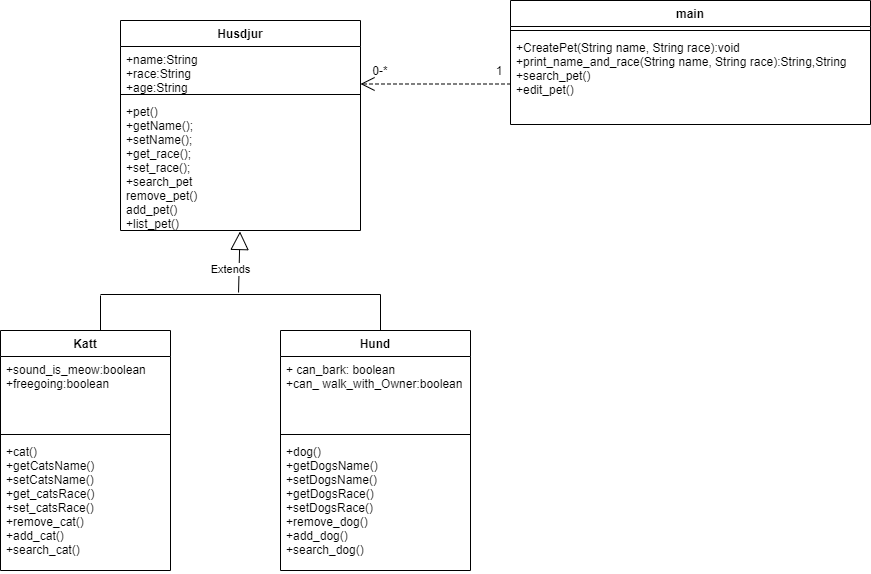
GodwinOziegbe/school-projects keeps this draw.io diagram as uppgift2_1/uppgift2_1.png. Above is the earlier version. Source tidied: cells renumbered, new cells last; positions are measured from the earlier drawing's top-left corner, leaving out a move shared by most shapes.
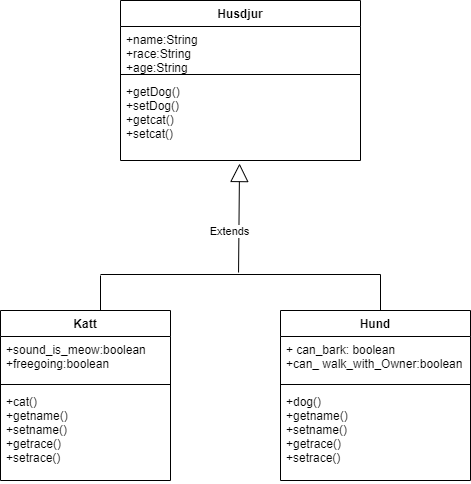
After the change.

Change to the diagram source:
```diff
@@ -3,31 +3,31 @@
     <mxCell id="0" />
     <mxCell id="1" parent="0" />
     <mxCell id="2" value="Katt" style="swimlane;fontStyle=1;align=center;verticalAlign=top;horizontal=1;startSize=26;" parent="1" vertex="1">
-      <mxGeometry y="330" width="170" height="240" as="geometry" />
+      <mxGeometry y="330" width="170" height="170" as="geometry" />
     </mxCell>
     <mxCell id="3" value="+sound_is_meow:boolean&#10;+freegoing:boolean" style="text;strokeColor=none;fillColor=none;align=left;verticalAlign=top;spacingLeft=4;spacingRight=4;overflow=hidden;" parent="2" vertex="1">
-      <mxGeometry y="26" width="170" height="74" as="geometry" />
+      <mxGeometry y="26" width="170" height="44" as="geometry" />
     </mxCell>
     <mxCell id="4" style="line;strokeWidth=1;fillColor=none;align=left;verticalAlign=middle;spacingTop=-1;spacingLeft=3;spacingRight=3;labelPosition=right;" parent="2" vertex="1">
-      <mxGeometry y="100" width="170" height="8" as="geometry" />
+      <mxGeometry y="70" width="170" height="8" as="geometry" />
     </mxCell>
-    <mxCell id="5" value="+cat()&#10;+getCatsName()&#10;+setCatsName()&#10;+get_catsRace()&#10;+set_catsRace()&#10;+remove_cat()&#10;+add_cat()&#10;+search_cat()" style="text;strokeColor=none;fillColor=none;align=left;verticalAlign=top;spacingLeft=4;spacingRight=4;overflow=hidden;" parent="2" vertex="1">
-      <mxGeometry y="108" width="170" height="132" as="geometry" />
+    <mxCell id="5" value="+cat()&#10;+getname()&#10;+setname()&#10;+getrace()&#10;+setrace()&#10;" style="text;strokeColor=none;fillColor=none;align=left;verticalAlign=top;spacingLeft=4;spacingRight=4;overflow=hidden;" parent="2" vertex="1">
+      <mxGeometry y="78" width="170" height="92" as="geometry" />
     </mxCell>
     <mxCell id="6" value="Hund" style="swimlane;fontStyle=1;align=center;verticalAlign=top;horizontal=1;startSize=26;" parent="1" vertex="1">
-      <mxGeometry x="280" y="330" width="190" height="240" as="geometry" />
+      <mxGeometry x="280" y="330" width="190" height="170" as="geometry" />
     </mxCell>
     <mxCell id="7" value="+ can_bark: boolean&#10;+can_ walk_with_Owner:boolean" style="text;strokeColor=none;fillColor=none;align=left;verticalAlign=top;spacingLeft=4;spacingRight=4;overflow=hidden;" parent="6" vertex="1">
-      <mxGeometry y="26" width="190" height="74" as="geometry" />
+      <mxGeometry y="26" width="190" height="44" as="geometry" />
     </mxCell>
     <mxCell id="8" style="line;strokeWidth=1;fillColor=none;align=left;verticalAlign=middle;spacingTop=-1;spacingLeft=3;spacingRight=3;labelPosition=right;" parent="6" vertex="1">
-      <mxGeometry y="100" width="190" height="8" as="geometry" />
+      <mxGeometry y="70" width="190" height="8" as="geometry" />
     </mxCell>
-    <mxCell id="9" value="+dog()&#10;+getDogsName()&#10;+setDogsName()&#10;+getDogsRace()&#10;+setDogsRace()&#10;+remove_dog()&#10;+add_dog()&#10;+search_dog()&#10;" style="text;strokeColor=none;fillColor=none;align=left;verticalAlign=top;spacingLeft=4;spacingRight=4;overflow=hidden;" parent="6" vertex="1">
-      <mxGeometry y="108" width="190" height="132" as="geometry" />
+    <mxCell id="9" value="+dog()&#10;+getname()&#10;+setname()&#10;+getrace()&#10;+setrace()&#10;&#10;" style="text;strokeColor=none;fillColor=none;align=left;verticalAlign=top;spacingLeft=4;spacingRight=4;overflow=hidden;" parent="6" vertex="1">
+      <mxGeometry y="78" width="190" height="92" as="geometry" />
     </mxCell>
     <mxCell id="10" value="Husdjur" style="swimlane;fontStyle=1;align=center;verticalAlign=top;horizontal=1;startSize=26;" parent="1" vertex="1">
-      <mxGeometry x="120" y="20" width="240" height="210" as="geometry" />
+      <mxGeometry x="120" y="20" width="240" height="160" as="geometry" />
     </mxCell>
     <mxCell id="11" value="+name:String&#10;+race:String&#10;+age:String&#10;" style="text;strokeColor=none;fillColor=none;align=left;verticalAlign=top;spacingLeft=4;spacingRight=4;overflow=hidden;points=[[0,0.5],[1,0.5]];portConstraint=eastwest;" parent="10" vertex="1">
       <mxGeometry y="26" width="240" height="44" as="geometry" />
@@ -35,12 +35,11 @@
     <mxCell id="12" style="line;strokeWidth=1;fillColor=none;align=left;verticalAlign=middle;spacingTop=-1;spacingLeft=3;spacingRight=3;labelPosition=right;" parent="10" vertex="1">
       <mxGeometry y="70" width="240" height="8" as="geometry" />
     </mxCell>
-    <mxCell id="13" value="+pet()&#10;+getName();&#10;+setName();&#10;+get_race();&#10;+set_race();&#10;+search_pet&#10;remove_pet()&#10;add_pet()&#10;+list_pet()" style="text;strokeColor=none;fillColor=none;align=left;verticalAlign=top;spacingLeft=4;spacingRight=4;overflow=hidden;points=[[0,0.5],[1,0.5]];portConstraint=eastwest;" parent="10" vertex="1">
-      <mxGeometry y="78" width="240" height="132" as="geometry" />
+    <mxCell id="13" value="+getDog()&#10;+setDog()&#10;+getcat()&#10;+setcat()&#10;&#10;&#10;" style="text;strokeColor=none;fillColor=none;align=left;verticalAlign=top;spacingLeft=4;spacingRight=4;overflow=hidden;points=[[0,0.5],[1,0.5]];portConstraint=eastwest;" parent="10" vertex="1">
+      <mxGeometry y="78" width="240" height="82" as="geometry" />
     </mxCell>
-    <mxCell id="14" value="Extends" style="endArrow=block;endSize=16;endFill=0;html=1;entryX=0.733;entryY=1.022;entryDx=0;entryDy=0;entryPerimeter=0;exitX=0.493;exitY=0.25;exitDx=0;exitDy=0;exitPerimeter=0;" parent="1" edge="1" source="15">
+    <mxCell id="14" value="Extends" style="endArrow=block;endSize=16;endFill=0;html=1;entryX=0.496;entryY=1.037;entryDx=0;entryDy=0;entryPerimeter=0;exitX=0.493;exitY=0.25;exitDx=0;exitDy=0;exitPerimeter=0;" parent="1" edge="1" source="15" target="13">
       <mxGeometry x="-0.25" y="10" relative="1" as="geometry">
-        <mxPoint x="239.5" y="231" as="targetPoint" />
         <mxPoint x="1" as="offset" />
       </mxGeometry>
     </mxCell>
@@ -58,25 +57,5 @@
         <mxPoint x="380" y="330" as="targetPoint" />
       </mxGeometry>
     </mxCell>
-    <mxCell id="18" value="main" style="swimlane;fontStyle=1;align=center;verticalAlign=top;horizontal=1;startSize=26;" parent="1" vertex="1">
-      <mxGeometry x="510" width="360" height="124" as="geometry" />
-    </mxCell>
-    <mxCell id="19" style="line;strokeWidth=1;fillColor=none;align=left;verticalAlign=middle;spacingTop=-1;spacingLeft=3;spacingRight=3;labelPosition=right;" parent="18" vertex="1">
-      <mxGeometry y="26" width="360" height="8" as="geometry" />
-    </mxCell>
-    <mxCell id="20" value="+CreatePet(String name, String race):void&#10;+print_name_and_race(String name, String race):String,String&#10;+search_pet()&#10;+edit_pet()&#10;&#10;" style="text;strokeColor=none;fillColor=none;align=left;verticalAlign=top;spacingLeft=4;spacingRight=4;overflow=hidden;" parent="18" vertex="1">
-      <mxGeometry y="34" width="360" height="90" as="geometry" />
-    </mxCell>
-    <mxCell id="21" style="endArrow=open;endSize=12;dashed=1;html=1;entryX=1;entryY=0.852;entryDx=0;entryDy=0;entryPerimeter=0;" parent="1" edge="1" target="11">
-      <mxGeometry x="0.2" y="-23" relative="1" as="geometry">
-        <mxPoint x="510" y="83.5" as="sourcePoint" />
-      </mxGeometry>
-    </mxCell>
-    <mxCell id="22" value="0-*" style="text;html=1;strokeColor=none;fillColor=none;align=center;verticalAlign=middle;whiteSpace=wrap;rounded=0;opacity=80;" parent="1" vertex="1">
-      <mxGeometry x="360" y="60" width="40" height="20" as="geometry" />
-    </mxCell>
-    <mxCell id="23" value="1" style="text;html=1;strokeColor=none;fillColor=none;align=center;verticalAlign=middle;whiteSpace=wrap;rounded=0;opacity=80;" parent="1" vertex="1">
-      <mxGeometry x="489" y="60" width="20" height="20" as="geometry" />
-    </mxCell>
   </root>
 </mxGraphModel>
```
